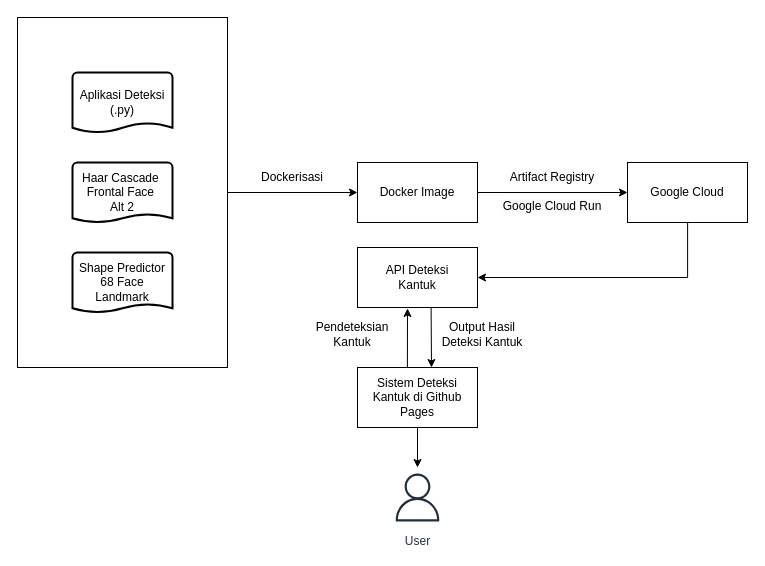
Earlier version of the draw.io diagram Implementasi.drawio (pakkaem/app.diagrams.net-repo). Source tidied: cells renumbered, new cells numbered last; positions are measured from the earlier drawing's top-left corner, leaving out a move shared by most shapes. Both pictures are drawn from the tidied source at 100%, with x=0, y=0 at pixel (17, 17).
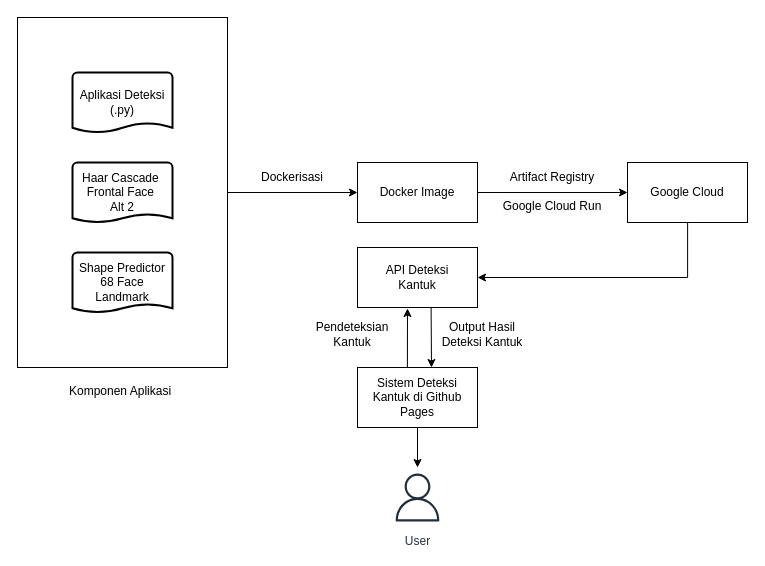
Above is the later version.

Change to the diagram source:
```diff
@@
+    <mxCell id="23" value="&lt;span style=&quot;color: rgb(0, 0, 0); font-family: Helvetica; font-size: 12px; font-style: normal; font-variant-ligatures: normal; font-variant-caps: normal; font-weight: 400; letter-spacing: normal; orphans: 2; text-align: center; text-indent: 0px; text-transform: none; widows: 2; word-spacing: 0px; -webkit-text-stroke-width: 0px; white-space: normal; background-color: rgb(251, 251, 251); text-decoration-thickness: initial; text-decoration-style: initial; text-decoration-color: initial; float: none; display: inline !important;&quot;&gt;Komponen Aplikasi&lt;/span&gt;" style="text;whiteSpace=wrap;html=1;" parent="1" vertex="1">
+      <mxGeometry x="50" y="360" width="110" height="20" as="geometry" />
+    </mxCell>
```
